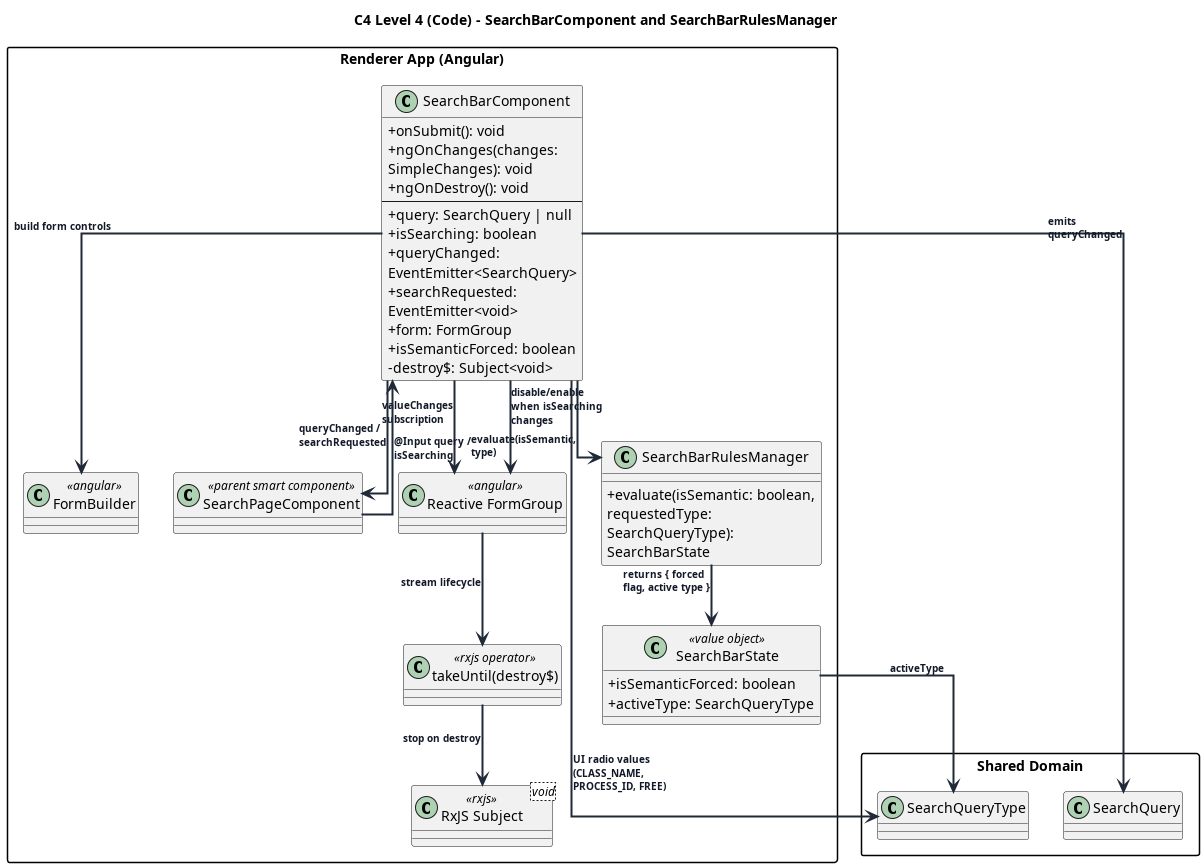
Earlier version of the PlantUML export assets/outDiagrammiST/search-bar-rules-code-l4.png (7-ZPUs/Docs). Source of this version:
```plantuml
@startuml search-bar-rules-code-l4

title C4 Level 4 (Code) - SearchBarComponent and SearchBarRulesManager

allowmixing
top to bottom direction

skinparam shadowing false
skinparam packageStyle rectangle
skinparam classAttributeIconSize 0
skinparam defaultTextAlignment left
skinparam linetype ortho
skinparam ArrowThickness 2
skinparam ArrowColor #1F2937
skinparam ArrowFontColor #111827
skinparam ArrowFontSize 10
skinparam ArrowFontStyle bold
skinparam wrapWidth 220
skinparam maxMessageSize 100

package "Renderer App (Angular)" {
  class "SearchBarComponent" as SearchBar {
    +onSubmit(): void
    +ngOnChanges(changes: SimpleChanges): void
    +ngOnDestroy(): void
    --
    +query: SearchQuery | null
    +isSearching: boolean
    +queryChanged: EventEmitter<SearchQuery>
    +searchRequested: EventEmitter<void>
    +form: FormGroup
    +isSemanticForced: boolean
    -destroy$: Subject<void>
  }

  class "SearchBarRulesManager" as Rules {
    +evaluate(isSemantic: boolean, requestedType: SearchQueryType): SearchBarState
  }

  class "SearchBarState" as RulesState <<value object>> {
    +isSemanticForced: boolean
    +activeType: SearchQueryType
  }

  class "Reactive FormGroup" as FormGroup <<angular>>
  class "FormBuilder" as FormBuilder <<angular>>
  class "RxJS Subject<void>" as DestroySubject <<rxjs>>
  class "takeUntil(destroy$)" as TakeUntil <<rxjs operator>>

  class "SearchPageComponent" as SearchPage <<parent smart component>>
}

package "Shared Domain" {
  class "SearchQuery" as SearchQuery
  class "SearchQueryType" as SearchQueryType
}


SearchBar --> FormBuilder : build form controls
SearchBar --> FormGroup : valueChanges subscription
FormGroup --> TakeUntil : stream lifecycle
TakeUntil --> DestroySubject : stop on destroy

SearchBar --> Rules : evaluate(isSemantic, type)
Rules --> RulesState : returns { forced flag, active type }
RulesState --> SearchQueryType : activeType

SearchBar --> SearchQuery : emits queryChanged
SearchBar --> SearchPage : queryChanged / searchRequested
SearchPage --> SearchBar : @Input query / isSearching

SearchBar --> SearchQueryType : UI radio values (CLASS_NAME, PROCESS_ID, FREE)
SearchBar --> FormGroup : disable/enable when isSearching changes


@enduml
```
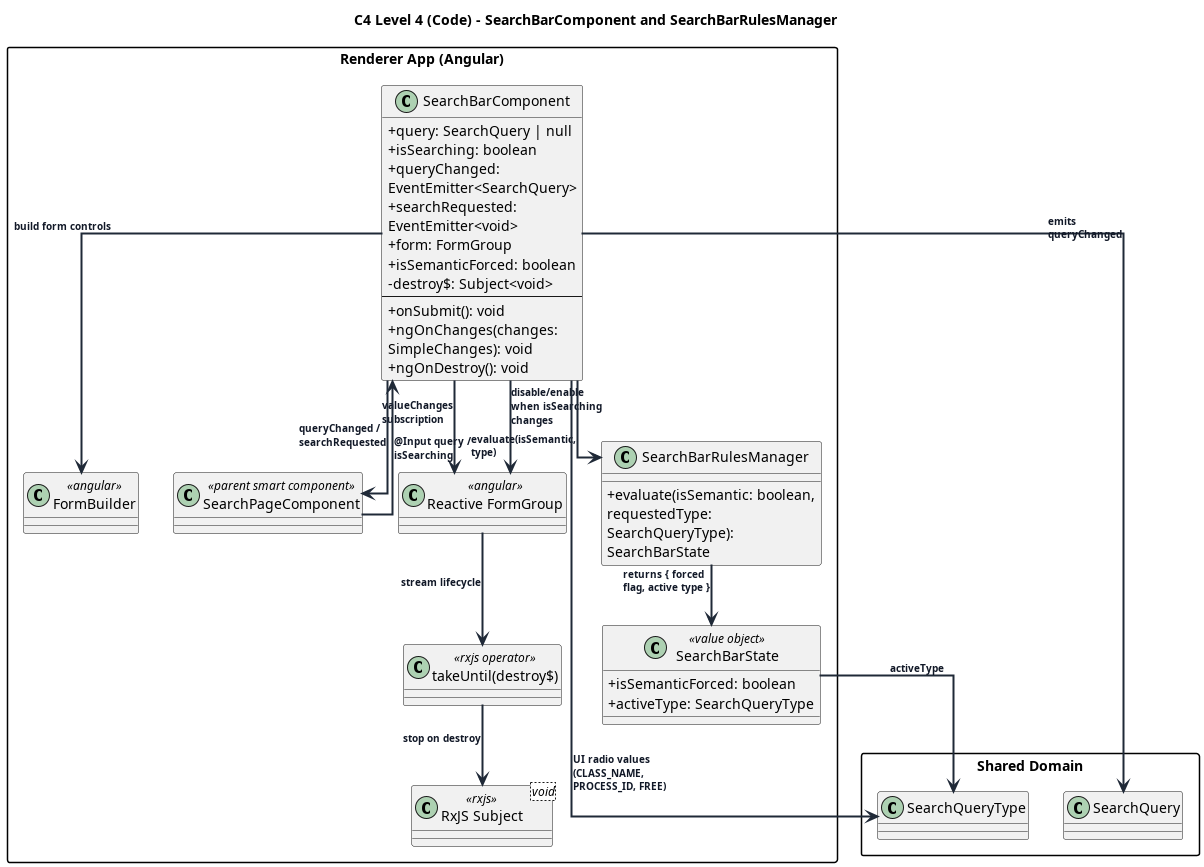
After the commit.

The edit, as a diff of the source:
```diff
@@ -20,10 +20,6 @@
 
 package "Renderer App (Angular)" {
   class "SearchBarComponent" as SearchBar {
-    +onSubmit(): void
-    +ngOnChanges(changes: SimpleChanges): void
-    +ngOnDestroy(): void
-    --
     +query: SearchQuery | null
     +isSearching: boolean
     +queryChanged: EventEmitter<SearchQuery>
@@ -31,6 +27,10 @@
     +form: FormGroup
     +isSemanticForced: boolean
     -destroy$: Subject<void>
+    --
+    +onSubmit(): void
+    +ngOnChanges(changes: SimpleChanges): void
+    +ngOnDestroy(): void
   }
 
   class "SearchBarRulesManager" as Rules {
```
